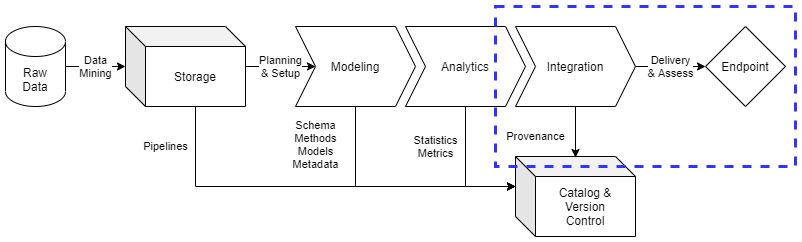
CertusGroup/ciutshi keeps this draw.io diagram as docs/source/static/images/dm_overview_integration.png. Above is the earlier version. Source tidied: cells renumbered, new cells last; positions are measured from the earlier drawing's top-left corner, leaving out a move shared by most shapes. Its diagram source:
```xml
<mxGraphModel>
  <root>
    <mxCell id="0" />
    <mxCell id="1" parent="0" />
    <mxCell id="2" value="Data&lt;br&gt;Mining" style="edgeStyle=orthogonalEdgeStyle;rounded=0;jettySize=auto;html=1;" parent="1" edge="1" source="3" target="12">
      <mxGeometry relative="1" as="geometry" />
    </mxCell>
    <mxCell id="3" value="Raw&lt;br&gt;Data" style="shape=cylinder3;whiteSpace=wrap;html=1;boundedLbl=1;backgroundOutline=1;size=15;" parent="1" vertex="1">
      <mxGeometry y="20" width="60" height="80" as="geometry" />
    </mxCell>
    <mxCell id="4" value="Schema&lt;br&gt;Methods&lt;br&gt;Models&lt;br&gt;Metadata" style="edgeStyle=orthogonalEdgeStyle;rounded=0;jettySize=auto;html=1;exitX=0.5;exitY=1;exitDx=0;exitDy=0;entryX=0;entryY=0;entryDx=0;entryDy=30;entryPerimeter=0;" parent="1" edge="1" source="5" target="15">
      <mxGeometry x="-0.69" y="-40" relative="1" as="geometry" />
    </mxCell>
    <mxCell id="5" value="Modeling" style="shape=step;perimeter=stepPerimeter;whiteSpace=wrap;html=1;fixedSize=1;" parent="1" vertex="1">
      <mxGeometry x="290" y="20" width="120" height="80" as="geometry" />
    </mxCell>
    <mxCell id="6" value="Provenance" style="edgeStyle=orthogonalEdgeStyle;rounded=0;jettySize=auto;html=1;exitX=0.5;exitY=1;exitDx=0;exitDy=0;entryX=0.5;entryY=0.013;entryDx=0;entryDy=0;entryPerimeter=0;" parent="1" edge="1" source="8" target="15">
      <mxGeometry x="0.18" y="-40" relative="1" as="geometry" />
    </mxCell>
    <mxCell id="7" value="Delivery&lt;br&gt;&amp;amp; Assess" style="edgeStyle=orthogonalEdgeStyle;rounded=0;jettySize=auto;html=1;exitX=1;exitY=0.5;exitDx=0;exitDy=0;entryX=0;entryY=0.5;entryDx=0;entryDy=0;" parent="1" edge="1" source="8" target="9">
      <mxGeometry relative="1" as="geometry" />
    </mxCell>
    <mxCell id="8" value="Integration" style="shape=step;perimeter=stepPerimeter;whiteSpace=wrap;html=1;fixedSize=1;" parent="1" vertex="1">
      <mxGeometry x="510" y="20" width="120" height="80" as="geometry" />
    </mxCell>
    <mxCell id="9" value="Endpoint" style="rhombus;whiteSpace=wrap;html=1;" parent="1" vertex="1">
      <mxGeometry x="700" y="20" width="80" height="80" as="geometry" />
    </mxCell>
    <mxCell id="10" value="Planning&lt;br&gt;&amp;amp; Setup" style="edgeStyle=orthogonalEdgeStyle;rounded=0;jettySize=auto;html=1;" parent="1" edge="1" source="12" target="5">
      <mxGeometry relative="1" as="geometry" />
    </mxCell>
    <mxCell id="11" value="Pipelines" style="edgeStyle=orthogonalEdgeStyle;rounded=0;jettySize=auto;html=1;exitX=0;exitY=0;exitDx=70;exitDy=80;exitPerimeter=0;entryX=0;entryY=0;entryDx=0;entryDy=30;entryPerimeter=0;" parent="1" edge="1" source="12" target="15">
      <mxGeometry x="-0.8" y="-30" relative="1" as="geometry" />
    </mxCell>
    <mxCell id="12" value="Storage" style="shape=cube;whiteSpace=wrap;html=1;boundedLbl=1;backgroundOutline=1;darkOpacity=0.05;darkOpacity2=0.1;" parent="1" vertex="1">
      <mxGeometry x="120" y="20" width="120" height="80" as="geometry" />
    </mxCell>
    <mxCell id="13" value="Statistics&lt;br&gt;Metrics" style="edgeStyle=orthogonalEdgeStyle;rounded=0;jettySize=auto;html=1;exitX=0.5;exitY=1;exitDx=0;exitDy=0;entryX=0;entryY=0;entryDx=0;entryDy=30;entryPerimeter=0;" parent="1" edge="1" source="14" target="15">
      <mxGeometry x="-0.38" y="-30" relative="1" as="geometry" />
    </mxCell>
    <mxCell id="14" value="Analytics" style="shape=step;perimeter=stepPerimeter;whiteSpace=wrap;html=1;fixedSize=1;" parent="1" vertex="1">
      <mxGeometry x="400" y="20" width="120" height="80" as="geometry" />
    </mxCell>
    <mxCell id="15" value="Catalog &amp;amp;&lt;br&gt;Version&lt;br&gt;Control" style="shape=cube;whiteSpace=wrap;html=1;boundedLbl=1;backgroundOutline=1;darkOpacity=0.05;darkOpacity2=0.1;" parent="1" vertex="1">
      <mxGeometry x="510" y="150" width="120" height="80" as="geometry" />
    </mxCell>
    <mxCell id="16" style="rounded=0;whiteSpace=wrap;html=1;fillColor=none;dashed=1;strokeWidth=3;strokeColor=#3333FF;" parent="1" vertex="1">
      <mxGeometry x="490" width="300" height="160" as="geometry" />
    </mxCell>
  </root>
</mxGraphModel>
```
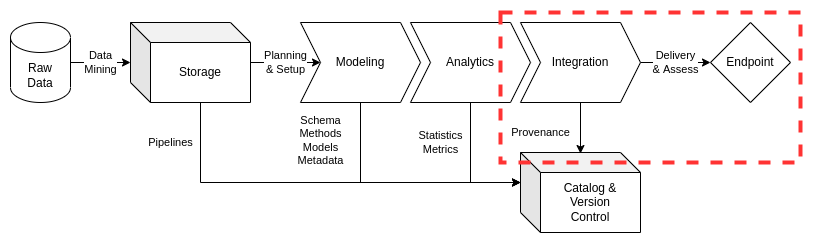
After the commit.

The edit, as a diff of the source:
```diff
@@ -44,8 +44,8 @@
     <mxCell id="15" value="Catalog &amp;amp;&lt;br&gt;Version&lt;br&gt;Control" style="shape=cube;whiteSpace=wrap;html=1;boundedLbl=1;backgroundOutline=1;darkOpacity=0.05;darkOpacity2=0.1;" parent="1" vertex="1">
       <mxGeometry x="510" y="150" width="120" height="80" as="geometry" />
     </mxCell>
-    <mxCell id="16" style="rounded=0;whiteSpace=wrap;html=1;fillColor=none;dashed=1;strokeWidth=3;strokeColor=#3333FF;" parent="1" vertex="1">
-      <mxGeometry x="490" width="300" height="160" as="geometry" />
-    </mxCell>
+    <mxCell id="17" style="rounded=0;whiteSpace=wrap;html=1;dashed=1;strokeColor=#FF3333;strokeWidth=4;fillColor=none;" parent="1" vertex="1">
+      <mxGeometry x="490" y="10" width="300" height="150" as="geometry" />
+    </mxCell>
   </root>
 </mxGraphModel>
```
